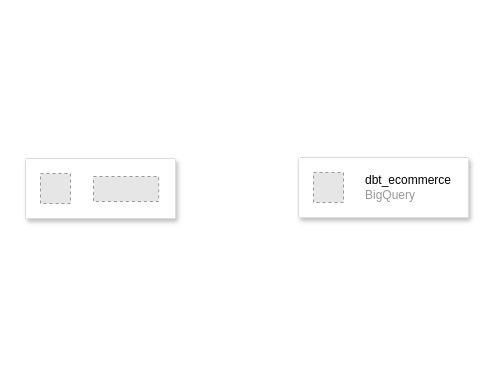
Above: Solution diagram.drawio in mattiazaffalon/dbt-ecommerce-dwh (draw.io), before the change. Source tidied: cells renumbered, new cells numbered last; positions are measured from the earlier drawing's top-left corner, leaving out a move shared by most shapes. Both pictures are drawn from the tidied source at 100%, with x=0, y=0 at pixel (25, 157). Pictures stored in the file or linked from it are replaced by grey dashed boxes.
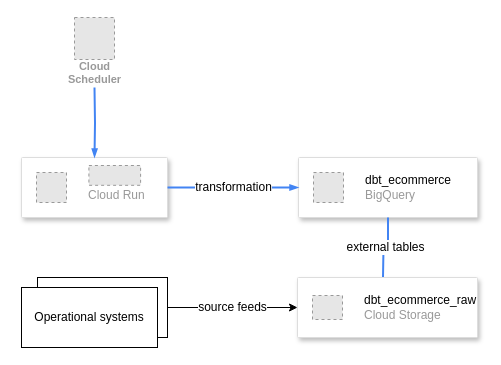
After the change.

Diff of the diagram source:
```diff
@@
 <mxGraphModel>
   <root>
     <mxCell id="0" />
     <mxCell id="1" parent="0" />
     <mxCell id="2" style="strokeColor=#dddddd;shadow=1;strokeWidth=1;rounded=1;absoluteArcSize=1;arcSize=2;" parent="1" vertex="1">
-      <mxGeometry x="273" width="170" height="60" as="geometry" />
+      <mxGeometry x="273" width="179" height="60" as="geometry" />
     </mxCell>
     <mxCell id="3" value="&lt;font color=&quot;#000000&quot;&gt;dbt_ecommerce&lt;/font&gt;&lt;br&gt;BigQuery" style="fillColor=#E6E6E6;strokeColor=#999999;dashed=1;html=1;fontColor=#999999;verticalLabelPosition=middle;labelBackgroundColor=#ffffff;verticalAlign=middle;labelPosition=right;align=left;spacingLeft=20;" parent="2" vertex="1">
       <mxGeometry width="30" height="30" relative="1" as="geometry">
         <mxPoint x="15" y="15" as="offset" />
       </mxGeometry>
     </mxCell>
-    <mxCell id="4" style="strokeColor=#dddddd;shadow=1;strokeWidth=1;rounded=1;absoluteArcSize=1;arcSize=2;" parent="1" vertex="1">
-      <mxGeometry y="1" width="150" height="60" as="geometry" />
-    </mxCell>
-    <mxCell id="5" style="fillColor=#E6E6E6;strokeColor=#999999;dashed=1;fontColor=#999999;verticalLabelPosition=middle;labelBackgroundColor=#ffffff;verticalAlign=middle;labelPosition=right;align=left;spacingLeft=20;" parent="4" vertex="1">
-      <mxGeometry width="30" height="30" relative="1" as="geometry">
-        <mxPoint x="15" y="15" as="offset" />
-      </mxGeometry>
-    </mxCell>
+    <mxCell id="7" style="strokeColor=#dddddd;shadow=1;strokeWidth=1;rounded=1;absoluteArcSize=1;arcSize=2;" parent="1" vertex="1">
+      <mxGeometry x="-4" width="146" height="60" as="geometry" />
+    </mxCell>
+    <mxCell id="8" value="&lt;br&gt;Cloud Run" style="fillColor=#E6E6E6;strokeColor=#999999;dashed=1;html=1;fontColor=#999999;verticalLabelPosition=middle;labelBackgroundColor=#ffffff;verticalAlign=middle;labelPosition=right;align=left;spacingLeft=20;" parent="7" vertex="1">
+      <mxGeometry width="30" height="30" relative="1" as="geometry">
+        <mxPoint x="15" y="15" as="offset" />
+      </mxGeometry>
+    </mxCell>
-    <mxCell id="6" style="fillColor=#E6E6E6;strokeColor=#999999;dashed=1;verticalLabelPosition=bottom;labelBackgroundColor=default;verticalAlign=top;" parent="4" vertex="1">
-      <mxGeometry x="68" y="18" width="65.2" height="25" as="geometry" />
+    <mxCell id="6" style="fillColor=#E6E6E6;strokeColor=#999999;dashed=1;verticalLabelPosition=bottom;labelBackgroundColor=default;verticalAlign=top;" parent="7" vertex="1">
+      <mxGeometry x="67.4" y="8" width="51.7" height="19.8" as="geometry" />
     </mxCell>
+    <mxCell id="9" value="Cloud&#10;Scheduler" style="fillColor=#E6E6E6;strokeColor=#999999;dashed=1;html=1;verticalAlign=top;labelPosition=center;verticalLabelPosition=bottom;align=center;spacingTop=-6;fontSize=11;fontStyle=1;fontColor=#999999;" parent="1" vertex="1">
+      <mxGeometry x="49" y="-140" width="40" height="42" as="geometry" />
+    </mxCell>
+    <mxCell id="10" style="edgeStyle=orthogonalEdgeStyle;fontSize=12;html=1;endArrow=blockThin;endFill=1;rounded=0;strokeWidth=2;endSize=4;startSize=4;dashed=0;strokeColor=#4284F3;" parent="1" edge="1" target="7">
+      <mxGeometry relative="1" as="geometry">
+        <mxPoint x="69" y="-70" as="sourcePoint" />
+      </mxGeometry>
+    </mxCell>
+    <mxCell id="11" value="transformation" style="edgeStyle=orthogonalEdgeStyle;fontSize=12;html=1;endArrow=blockThin;endFill=1;rounded=0;strokeWidth=2;endSize=4;startSize=4;dashed=0;strokeColor=#4284F3;exitX=1;exitY=0.5;exitDx=0;exitDy=0;entryX=0;entryY=0.5;entryDx=0;entryDy=0;" parent="1" edge="1" source="7" target="2">
+      <mxGeometry relative="1" as="geometry" />
+    </mxCell>
+    <mxCell id="12" value="external tables" style="edgeStyle=orthogonalEdgeStyle;fontSize=12;html=1;endArrow=none;endFill=0;rounded=0;strokeWidth=2;endSize=4;startSize=4;dashed=0;strokeColor=#4284F3;entryX=0.5;entryY=1;entryDx=0;entryDy=0;exitX=0.5;exitY=0;exitDx=0;exitDy=0;" parent="1" edge="1" target="2">
+      <mxGeometry relative="1" as="geometry">
+        <mxPoint x="357.5" y="120" as="sourcePoint" />
+      </mxGeometry>
+    </mxCell>
+    <mxCell id="13" style="strokeColor=#dddddd;shadow=1;strokeWidth=1;rounded=1;absoluteArcSize=1;arcSize=2;" parent="1" vertex="1">
+      <mxGeometry x="272" y="120" width="180" height="60" as="geometry" />
+    </mxCell>
+    <mxCell id="14" value="&lt;font color=&quot;#000000&quot;&gt;dbt_ecommerce_raw&lt;/font&gt;&lt;br&gt;Cloud Storage" style="fillColor=#E6E6E6;strokeColor=#999999;dashed=1;html=1;fontColor=#999999;verticalLabelPosition=middle;labelBackgroundColor=#ffffff;verticalAlign=middle;labelPosition=right;align=left;spacingLeft=20;" parent="13" vertex="1">
+      <mxGeometry width="30" height="24" relative="1" as="geometry">
+        <mxPoint x="15" y="18" as="offset" />
+      </mxGeometry>
+    </mxCell>
+    <mxCell id="15" value="source feeds" style="edgeStyle=orthogonalEdgeStyle;rounded=0;jettySize=auto;html=1;entryX=0;entryY=0.5;entryDx=0;entryDy=0;endArrow=classic;endFill=1;fontSize=12;" parent="1" edge="1" source="16" target="13">
+      <mxGeometry relative="1" as="geometry" />
+    </mxCell>
+    <mxCell id="16" style="rounded=0;whiteSpace=wrap;html=1;" parent="1" vertex="1">
+      <mxGeometry x="12" y="120" width="130" height="60" as="geometry" />
+    </mxCell>
+    <mxCell id="17" value="Operational systems" style="rounded=0;whiteSpace=wrap;html=1;" parent="1" vertex="1">
+      <mxGeometry x="-4" y="130" width="136" height="60" as="geometry" />
+    </mxCell>
   </root>
 </mxGraphModel>
```
